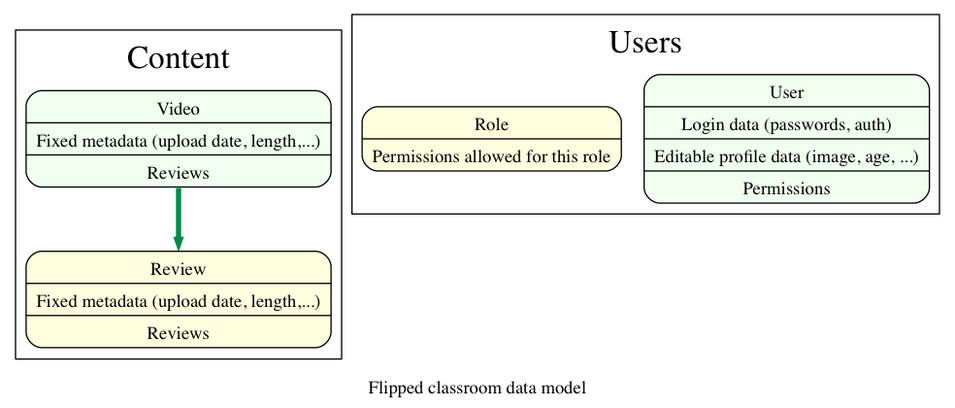
Before: img/components.png, a diagram exported from Graphviz (pelegb/flip_classroom_hackathon). Its source is kept beside it as components.dot. Its diagram source:
```dot
digraph pipeline {
	graph [
		label="Flipped classroom data model";
	];

	node [
		rankdir = "TB";
	]

	subgraph cluster_1 {
		label = "Content";
		fontsize=25;

		video  [shape=Mrecord, 		style=filled, fillcolor=honeydew1, 			label = "{Video  | Fixed metadata (upload date, length,...) | <review> Reviews}"];
		review [shape=Mrecord, 		style=filled, fillcolor=lightyellow1, 		label = "{<title> Review | Fixed metadata (upload date, length,...) | Reviews}"];
	}


	subgraph cluster_2 {
		label = "Users";
		fontsize=25;

		user   [shape=Mrecord, 		style=filled, fillcolor=honeydew1, 			label = "{User  | Login data (passwords, auth) | Editable profile data (image, age, ...) | Permissions}"];
		role   [shape=Mrecord, 		style=filled, fillcolor=lightyellow1, 		label = "{<title> Role | Permissions allowed for this role }"];
	}


	video:review							->		review:title		[color="springgreen4", penwidth="4"];
}
```
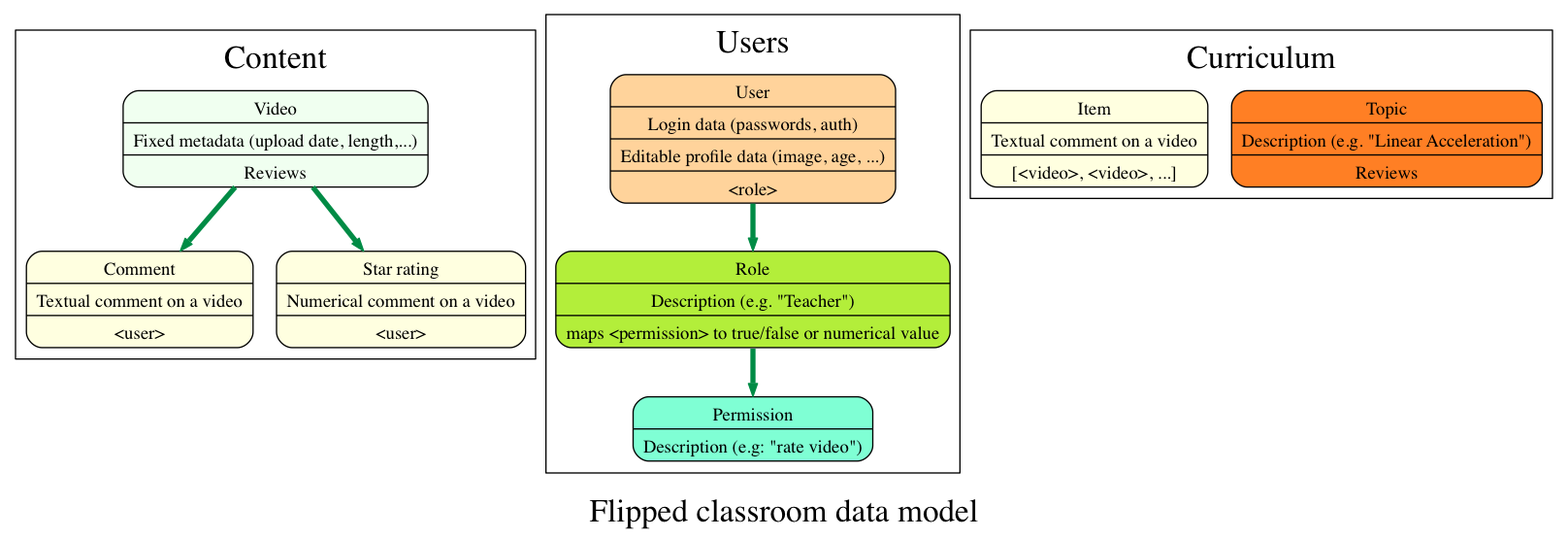
Above is the later version.

Commit message:
3 major components

Change to the diagram source:
```diff
@@ -1,7 +1,6 @@
 digraph pipeline {
-	graph [
-		label="Flipped classroom data model";
-	];
+	fontsize=25;
+	label="Flipped classroom data model";
 
 	node [
 		rankdir = "TB";
@@ -11,19 +10,31 @@
 		label = "Content";
 		fontsize=25;
 
-		video  [shape=Mrecord, 		style=filled, fillcolor=honeydew1, 			label = "{Video  | Fixed metadata (upload date, length,...) | <review> Reviews}"];
-		review [shape=Mrecord, 		style=filled, fillcolor=lightyellow1, 		label = "{<title> Review | Fixed metadata (upload date, length,...) | Reviews}"];
+		video    [shape=Mrecord, 		style=filled, fillcolor=honeydew1, 			label = "{Video  | Fixed metadata (upload date, length,...) | <review> Reviews}"];
+		comment  [shape=Mrecord, 		style=filled, fillcolor=lightyellow1, 		label = "{<title> Comment | Textual comment on a video | \<user\>}"];
+		rating   [shape=Mrecord, 		style=filled, fillcolor=lightyellow1, 		label = "{<title> Star rating  | Numerical comment on a video | \<user\>}"];
 	}
 
 
 	subgraph cluster_2 {
 		label = "Users";
 		fontsize=25;
-
-		user   [shape=Mrecord, 		style=filled, fillcolor=honeydew1, 			label = "{User  | Login data (passwords, auth) | Editable profile data (image, age, ...) | Permissions}"];
-		role   [shape=Mrecord, 		style=filled, fillcolor=lightyellow1, 		label = "{<title> Role | Permissions allowed for this role }"];
+		user         [shape=Mrecord, 		style=filled, fillcolor=burlywood1, 	label = "{User  | Login data (passwords, auth) | Editable profile data (image, age, ...) | <role> \<role\>}"];
+		role         [shape=Mrecord, 		style=filled, fillcolor=olivedrab2, 	label = "{<title> Role | Description (e.g. \"Teacher\") | <permission> maps \<permission\> to true/false or numerical value }"];
+		permission   [shape=Mrecord, 		style=filled, fillcolor=aquamarine, 	label = "{<title> Permission | Description (e.g: \"rate video\")}"];
 	}
 
+	subgraph cluster_3 {
+		label = "Curriculum";
+		fontsize=25;
 
-	video:review							->		review:title		[color="springgreen4", penwidth="4"];
+		topic    [shape=Mrecord, 		style=filled, fillcolor=chocolate1, 			label = "{Topic  | Description (e.g. \"Linear Acceleration\") | <review> Reviews}"];
+		item     [shape=Mrecord, 		style=filled, fillcolor=lightyellow1, 		label = "{<title> Item | Textual comment on a video | \[\<video\>, \<video\>, ...\]}"];
+
+	}
+
+	video							->		comment		[color="springgreen4", penwidth="4"];
+	video							->		rating		[color="springgreen4", penwidth="4"];
+	role:permission					-> 		permission  [color="springgreen4", penwidth="4"];
+	user:role						->		role		[color="springgreen4", penwidth="4"];
 }
```
